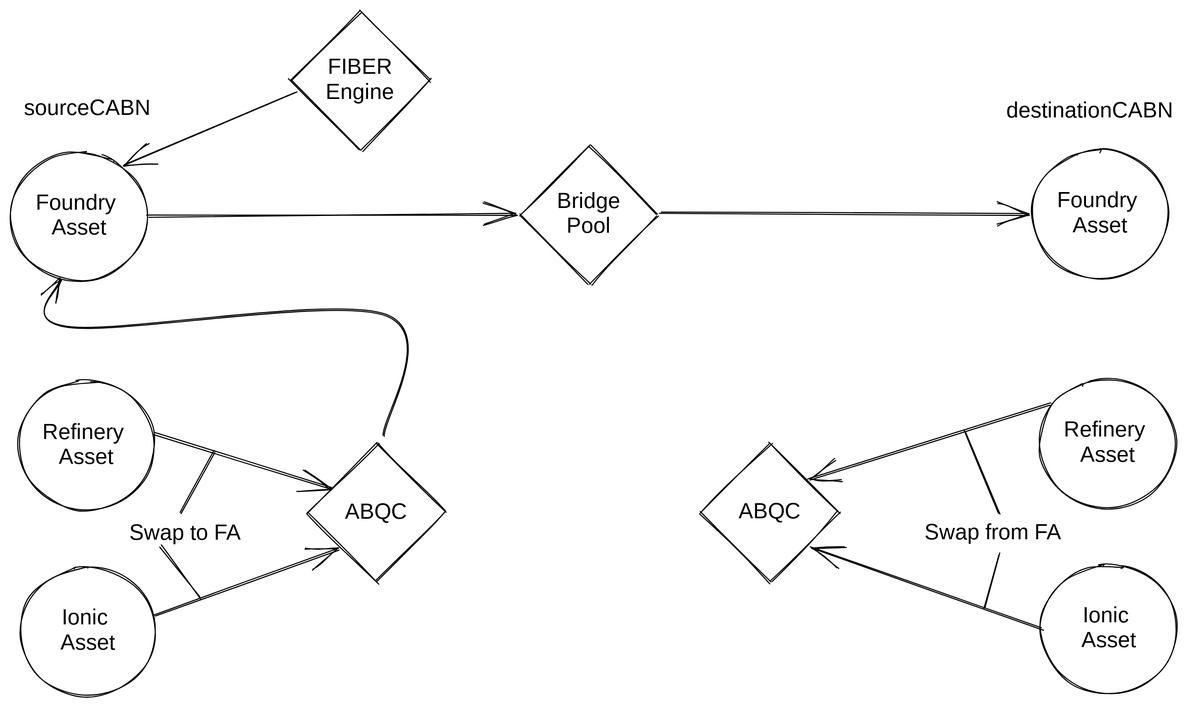
Before: .gitbook/assets/file.drawing.svg, a diagram exported from Excalidraw (ferrumnet/ferrum-network-multiSwap-and-bridge-architecture). Source tidied: one line per element, renumbered; positions are measured from the earlier drawing's top-left corner, leaving out a move shared by most shapes.
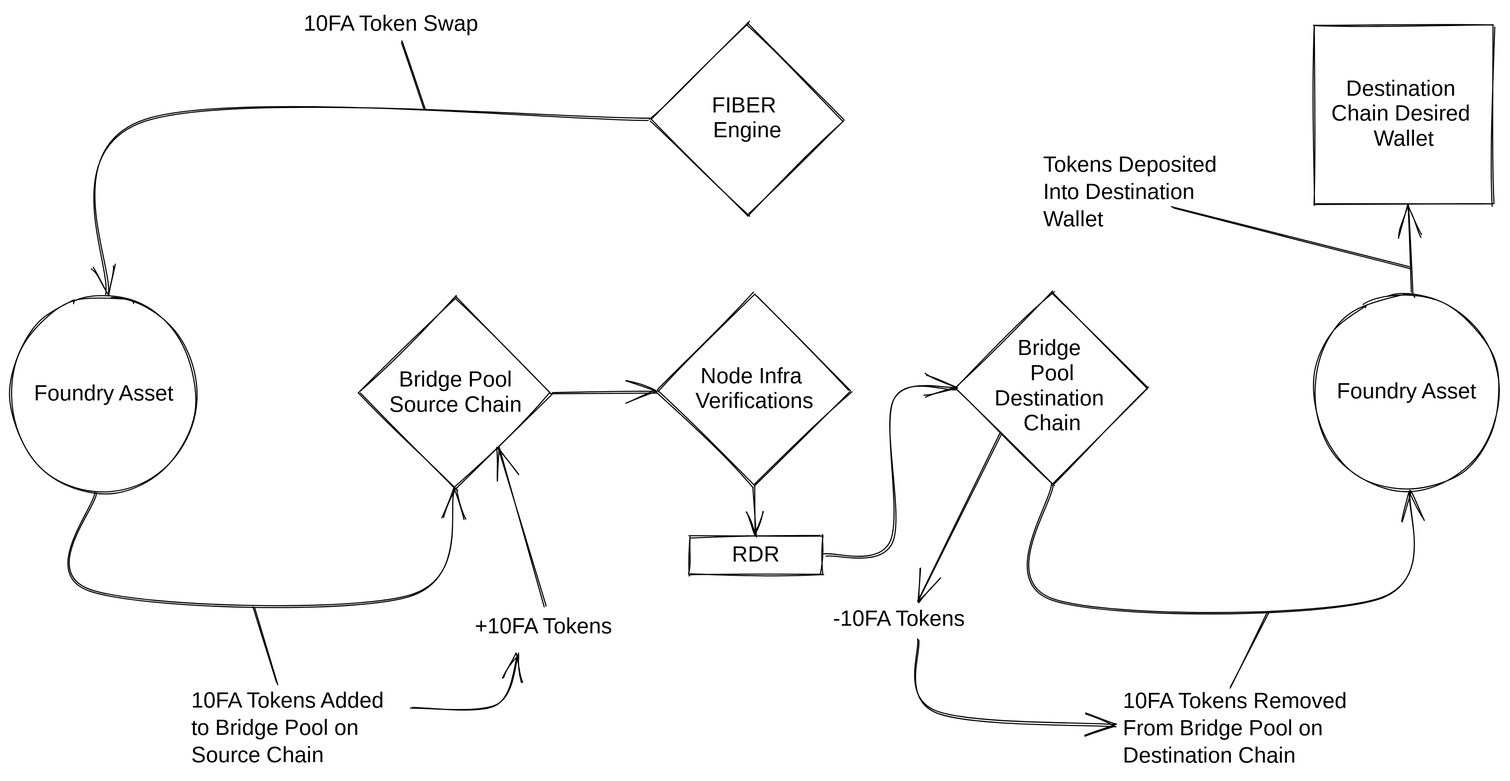
Later version of the same file.

Change to the diagram source:
```diff
@@ -1,36 +1,37 @@
-{"id": 0, "type": "diamond", "strokeColor": "#000000", "strokeWidth": 1, "roughness": 1, "x": 257, "y": 0, "width": 128, "height": 128}
-{"id": 1, "type": "diamond", "strokeColor": "#000000", "strokeWidth": 1, "roughness": 1, "x": 468, "y": 124, "width": 128, "height": 128}
-{"id": 2, "type": "diamond", "strokeColor": "#000000", "strokeWidth": 1, "roughness": 1, "x": 272, "y": 398, "width": 128, "height": 128}
-{"id": 3, "type": "diamond", "strokeColor": "#000000", "strokeWidth": 1, "roughness": 1, "x": 634, "y": 398, "width": 128, "height": 128}
+{"id": 36, "type": "diamond", "strokeColor": "#000000", "strokeWidth": 1, "roughness": 1, "x": -11, "y": 228, "width": 177, "height": 177}
+{"id": 37, "type": "diamond", "strokeColor": "#000000", "strokeWidth": 1, "roughness": 1, "x": 538, "y": 222, "width": 177, "height": 177}
+{"id": 38, "type": "diamond", "strokeColor": "#000000", "strokeWidth": 1, "roughness": 1, "x": 264, "y": 225, "width": 177, "height": 177}
+{"id": 39, "type": "diamond", "strokeColor": "#000000", "strokeWidth": 1, "roughness": 1, "x": 257, "y": -24, "width": 177, "height": 177}
+{"id": 40, "type": "text", "text": "Bridge Pool\nSource Chain", "strokeColor": "#000000", "strokeWidth": 1, "roughness": 1, "fontSize": 20, "fontFamily": 1, "textAlign": "center", "verticalAlign": "middle", "inside": 36, "x": -6, "y": 293, "width": 167, "height": 46}
+{"id": 41, "type": "text", "text": "Bridge \nPool\nDestination \nChain", "strokeColor": "#000000", "strokeWidth": 1, "roughness": 1, "fontSize": 20, "fontFamily": 1, "textAlign": "center", "verticalAlign": "middle", "inside": 37, "x": 543, "y": 264, "width": 167, "height": 92}
+{"id": 42, "type": "text", "text": "Node Infra \nVerifications", "strokeColor": "#000000", "strokeWidth": 1, "roughness": 1, "fontSize": 20, "fontFamily": 1, "textAlign": "center", "verticalAlign": "middle", "inside": 38, "x": 269, "y": 290, "width": 167, "height": 46}
-{"id": 4, "type": "text", "text": "FIBER\nEngine", "strokeColor": "#000000", "strokeWidth": 1, "roughness": 1, "fontSize": 20, "fontFamily": 1, "textAlign": "center", "verticalAlign": "middle", "inside": 0, "x": 262, "y": 41, "width": 118, "height": 46}
+{"id": 4, "type": "text", "text": "FIBER \nEngine", "strokeColor": "#000000", "strokeWidth": 1, "roughness": 1, "fontSize": 20, "fontFamily": 1, "textAlign": "center", "verticalAlign": "middle", "inside": 39, "x": 262, "y": 41, "width": 167, "height": 46}
-{"id": 5, "type": "text", "text": "Bridge\nPool", "strokeColor": "#000000", "strokeWidth": 1, "roughness": 1, "fontSize": 20, "fontFamily": 1, "textAlign": "center", "verticalAlign": "middle", "inside": 1, "x": 473, "y": 164, "width": 118, "height": 46}
-{"id": 6, "type": "text", "text": "ABQC", "strokeColor": "#000000", "strokeWidth": 1, "roughness": 1, "fontSize": 20, "fontFamily": 1, "textAlign": "center", "verticalAlign": "middle", "inside": 2, "x": 277, "y": 451, "width": 118, "height": 23}
-{"id": 7, "type": "text", "text": "ABQC", "strokeColor": "#000000", "strokeWidth": 1, "roughness": 1, "fontSize": 20, "fontFamily": 1, "textAlign": "center", "verticalAlign": "middle", "inside": 3, "x": 639, "y": 450, "width": 118, "height": 23}
-{"id": 8, "type": "ellipse", "strokeColor": "#000000", "strokeWidth": 1, "roughness": 1, "x": 0, "y": 130, "width": 125, "height": 119}
-{"id": 9, "type": "ellipse", "strokeColor": "#000000", "strokeWidth": 1, "roughness": 1, "x": 940, "y": 128, "width": 125, "height": 119}
-{"id": 10, "type": "ellipse", "strokeColor": "#000000", "strokeWidth": 1, "roughness": 1, "x": 7, "y": 341, "width": 125, "height": 119}
-{"id": 11, "type": "ellipse", "strokeColor": "#000000", "strokeWidth": 1, "roughness": 1, "x": 947, "y": 339, "width": 125, "height": 119}
-{"id": 12, "type": "ellipse", "strokeColor": "#000000", "strokeWidth": 1, "roughness": 1, "x": 8, "y": 512, "width": 125, "height": 119}
-{"id": 13, "type": "ellipse", "strokeColor": "#000000", "strokeWidth": 1, "roughness": 1, "x": 948, "y": 510, "width": 125, "height": 119}
-{"id": 14, "type": "text", "text": "Foundry \nAsset", "strokeColor": "#000000", "strokeWidth": 1, "roughness": 1, "fontSize": 20, "fontFamily": 1, "textAlign": "center", "verticalAlign": "middle", "inside": 8, "x": 5, "y": 166, "width": 115, "height": 46}
-{"id": 15, "type": "text", "text": "Foundry \nAsset", "strokeColor": "#000000", "strokeWidth": 1, "roughness": 1, "fontSize": 20, "fontFamily": 1, "textAlign": "center", "verticalAlign": "middle", "inside": 9, "x": 945, "y": 164, "width": 115, "height": 46}
-{"id": 16, "type": "text", "text": "Refinery \nAsset", "strokeColor": "#000000", "strokeWidth": 1, "roughness": 1, "fontSize": 20, "fontFamily": 1, "textAlign": "center", "verticalAlign": "middle", "inside": 10, "x": 12, "y": 377, "width": 115, "height": 46}
-{"id": 17, "type": "text", "text": "Refinery \nAsset", "strokeColor": "#000000", "strokeWidth": 1, "roughness": 1, "fontSize": 20, "fontFamily": 1, "textAlign": "center", "verticalAlign": "middle", "inside": 11, "x": 952, "y": 375, "width": 115, "height": 46}
-{"id": 18, "type": "text", "text": "Ionic \nAsset", "strokeColor": "#000000", "strokeWidth": 1, "roughness": 1, "fontSize": 20, "fontFamily": 1, "textAlign": "center", "verticalAlign": "middle", "inside": 12, "x": 13, "y": 548, "width": 115, "height": 46}
-{"id": 19, "type": "text", "text": "Ionic \nAsset", "strokeColor": "#000000", "strokeWidth": 1, "roughness": 1, "fontSize": 20, "fontFamily": 1, "textAlign": "center", "verticalAlign": "middle", "inside": 13, "x": 953, "y": 546, "width": 115, "height": 46}
-{"id": 20, "type": "text", "text": "sourceCABN", "strokeColor": "#000000", "strokeWidth": 1, "roughness": 1, "fontSize": 20, "fontFamily": 1, "x": 12, "y": 78, "width": 117, "height": 25}
-{"id": 21, "type": "arrow", "strokeColor": "#000000", "strokeWidth": 1, "roughness": 1, "endArrowhead": "arrow", "from": 12, "to": 2, "x": 132, "y": 557, "width": 170, "height": 62, "points": [[0, 0], [170, -62]]}
-{"id": 22, "type": "text", "text": "Swap to FA", "strokeColor": "#000000", "strokeWidth": 1, "roughness": 1, "fontSize": 20, "fontFamily": 1, "x": 109, "y": 469, "width": 116, "height": 25}
-{"id": 23, "type": "arrow", "strokeColor": "#000000", "strokeWidth": 1, "roughness": 1, "endArrowhead": "arrow", "from": 10, "x": 131, "y": 389, "width": 165, "height": 50, "points": [[0, 0], [165, 50]]}
-{"id": 24, "type": "line", "strokeColor": "#000000", "strokeWidth": 1, "roughness": 1, "x": 156, "y": 463, "width": 32, "height": 57, "points": [[0, 0], [32, -57]]}
-{"id": 25, "type": "line", "strokeColor": "#000000", "strokeWidth": 1, "roughness": 1, "x": 139, "y": 493, "width": 35, "height": 48, "points": [[0, 0], [35, 48]]}
-{"id": 26, "type": "arrow", "strokeColor": "#000000", "strokeWidth": 1, "roughness": 1, "endArrowhead": "arrow", "from": 2, "to": 8, "x": 343, "y": 392, "width": 298, "height": 144, "points": [[0, 0], [1, -113], [-288, -100], [-297, -144]]}
-{"id": 27, "type": "arrow", "strokeColor": "#000000", "strokeWidth": 1, "roughness": 1, "endArrowhead": "arrow", "from": 8, "to": 1, "x": 125, "y": 189, "width": 340, "height": 1, "points": [[0, 0], [340, -1]]}
-{"id": 28, "type": "text", "text": "destinationCABN", "strokeColor": "#000000", "strokeWidth": 1, "roughness": 1, "fontSize": 20, "fontFamily": 1, "x": 916, "y": 80, "width": 162, "height": 25}
-{"id": 29, "type": "arrow", "strokeColor": "#000000", "strokeWidth": 1, "roughness": 1, "endArrowhead": "arrow", "from": 1, "to": 9, "x": 597, "y": 187, "width": 339, "height": 1, "points": [[0, 0], [339, 1]]}
-{"id": 30, "type": "arrow", "strokeColor": "#000000", "strokeWidth": 1, "roughness": 1, "endArrowhead": "arrow", "from": 11, "to": 3, "x": 956, "y": 361, "width": 222, "height": 71, "points": [[0, 0], [-222, 71]]}
-{"id": 31, "type": "arrow", "strokeColor": "#000000", "strokeWidth": 1, "roughness": 1, "endArrowhead": "arrow", "to": 3, "x": 949, "y": 569, "width": 212, "height": 75, "points": [[0, 0], [-212, -75]]}
-{"id": 32, "type": "text", "text": "Swap from FA", "strokeColor": "#000000", "strokeWidth": 1, "roughness": 1, "fontSize": 20, "fontFamily": 1, "x": 841, "y": 469, "width": 135, "height": 25}
-{"id": 33, "type": "line", "strokeColor": "#000000", "strokeWidth": 1, "roughness": 1, "x": 910, "y": 463, "width": 31, "height": 76, "points": [[0, 0], [-31, -76]]}
-{"id": 34, "type": "line", "strokeColor": "#000000", "strokeWidth": 1, "roughness": 1, "x": 909, "y": 500, "width": 12, "height": 50, "points": [[0, 0], [-12, 50]]}
-{"id": 35, "type": "arrow", "strokeColor": "#000000", "strokeWidth": 1, "roughness": 1, "endArrowhead": "arrow", "from": 0, "to": 8, "x": 262, "y": 74, "width": 158, "height": 69, "points": [[0, 0], [-158, 69]]}
+{"id": 43, "type": "ellipse", "strokeColor": "#000000", "strokeWidth": 1, "roughness": 1, "x": -332, "y": 227, "width": 170, "height": 181}
+{"id": 44, "type": "ellipse", "strokeColor": "#000000", "strokeWidth": 1, "roughness": 1, "x": 867, "y": 225, "width": 170, "height": 181}
+{"id": 45, "type": "text", "text": "Foundry Asset", "strokeColor": "#000000", "strokeWidth": 1, "roughness": 1, "fontSize": 20, "fontFamily": 1, "textAlign": "center", "verticalAlign": "middle", "inside": 43, "x": -327, "y": 306, "width": 160, "height": 23}
+{"id": 46, "type": "text", "text": "Foundry Asset", "strokeColor": "#000000", "strokeWidth": 1, "roughness": 1, "fontSize": 20, "fontFamily": 1, "textAlign": "center", "verticalAlign": "middle", "inside": 44, "x": 872, "y": 304, "width": 160, "height": 23}
+{"id": 47, "type": "arrow", "strokeColor": "#000000", "strokeWidth": 1, "roughness": 1, "endArrowhead": "arrow", "from": 39, "to": 43, "x": 256, "y": 64, "width": 500, "height": 162, "points": [[0, 0], [-465, 1], [-500, 162]]}
+{"id": 48, "type": "arrow", "strokeColor": "#000000", "strokeWidth": 1, "roughness": 1, "endArrowhead": "arrow", "to": 36, "x": -253, "y": 407, "width": 335, "height": 98, "points": [[0, 0], [-5, 91], [286, 95], [330, -3]]}
+{"id": 49, "type": "text", "text": "10FA Token Swap", "strokeColor": "#000000", "strokeWidth": 1, "roughness": 1, "fontSize": 20, "fontFamily": 1, "x": -62, "y": -36, "width": 170, "height": 25}
+{"id": 50, "type": "line", "strokeColor": "#000000", "strokeWidth": 1, "roughness": 1, "x": 49, "y": 55, "width": 23, "height": 63, "points": [[0, 0], [-23, -63]]}
+{"id": 51, "type": "text", "text": "10FA Tokens Added\nto Bridge Pool on\nSource Chain", "strokeColor": "#000000", "strokeWidth": 1, "roughness": 1, "fontSize": 20, "fontFamily": 1, "x": -166, "y": 587, "width": 190, "height": 75}
+{"id": 52, "type": "text", "text": "10FA Tokens Removed\nFrom Bridge Pool on\nDestination Chain", "strokeColor": "#000000", "strokeWidth": 1, "roughness": 1, "fontSize": 20, "fontFamily": 1, "x": 691, "y": 588, "width": 213, "height": 75}
+{"id": 53, "type": "arrow", "strokeColor": "#000000", "strokeWidth": 1, "roughness": 1, "endArrowhead": "arrow", "to": 38, "x": 165, "y": 317, "width": 98, "height": 1, "points": [[0, 0], [98, -1]]}
+{"id": 54, "type": "text", "text": "+10FA Tokens", "strokeColor": "#000000", "strokeWidth": 1, "roughness": 1, "fontSize": 20, "fontFamily": 1, "x": 95, "y": 519, "width": 135, "height": 25}
+{"id": 55, "type": "text", "text": "-10FA Tokens", "strokeColor": "#000000", "strokeWidth": 1, "roughness": 1, "fontSize": 20, "fontFamily": 1, "x": 425, "y": 512, "width": 131, "height": 25}
+{"id": 56, "type": "arrow", "strokeColor": "#000000", "strokeWidth": 1, "roughness": 1, "endArrowhead": "arrow", "from": 51, "to": 54, "x": 36, "y": 605, "width": 100, "height": 50, "points": [[0, 0], [79, -2], [100, -50]]}
+{"id": 57, "type": "line", "strokeColor": "#000000", "strokeWidth": 1, "roughness": 1, "x": -108, "y": 513, "width": 22, "height": 71, "points": [[0, 0], [22, 71]]}
+{"id": 58, "type": "arrow", "strokeColor": "#000000", "strokeWidth": 1, "roughness": 1, "endArrowhead": "arrow", "from": 54, "to": 36, "x": 160, "y": 512, "width": 43, "height": 147, "points": [[0, 0], [-43, -147]]}
+{"id": 59, "type": "arrow", "strokeColor": "#000000", "strokeWidth": 1, "roughness": 1, "endArrowhead": "arrow", "from": 37, "to": 44, "x": 628, "y": 400, "width": 328, "height": 106, "points": [[0, 0], [0, 106], [299, 106], [328, 6]]}
+{"id": 60, "type": "line", "strokeColor": "#000000", "strokeWidth": 1, "roughness": 1, "x": 825, "y": 518, "width": 36, "height": 68, "points": [[0, 0], [-36, 68]]}
+{"id": 61, "type": "arrow", "strokeColor": "#000000", "strokeWidth": 1, "roughness": 1, "endArrowhead": "arrow", "from": 37, "to": 55, "x": 580, "y": 354, "width": 75, "height": 152, "points": [[0, 0], [-75, 152]]}
+{"id": 62, "type": "arrow", "strokeColor": "#000000", "strokeWidth": 1, "roughness": 1, "endArrowhead": "arrow", "from": 55, "to": 52, "x": 503, "y": 543, "width": 182, "height": 79, "points": [[0, 0], [15, 67], [182, 79]]}
+{"id": 63, "type": "rectangle", "strokeColor": "#000000", "strokeWidth": 1, "roughness": 1, "x": 868, "y": -22, "width": 164, "height": 164}
+{"id": 64, "type": "text", "text": "Destination \nChain Desired \nWallet", "strokeColor": "#000000", "strokeWidth": 1, "roughness": 1, "fontSize": 20, "fontFamily": 1, "textAlign": "center", "verticalAlign": "middle", "inside": 63, "x": 873, "y": 25, "width": 154, "height": 69}
+{"id": 65, "type": "arrow", "strokeColor": "#000000", "strokeWidth": 1, "roughness": 1, "endArrowhead": "arrow", "from": 44, "to": 63, "x": 959, "y": 224, "width": 5, "height": 81, "points": [[0, 0], [-5, -81]]}
+{"id": 66, "type": "text", "text": "Tokens Deposited\nInto Destination\nWallet", "strokeColor": "#000000", "strokeWidth": 1, "roughness": 1, "fontSize": 20, "fontFamily": 1, "x": 618, "y": 94, "width": 174, "height": 75}
+{"id": 67, "type": "line", "strokeColor": "#000000", "strokeWidth": 1, "roughness": 1, "x": 956, "y": 201, "width": 219, "height": 56, "points": [[0, 0], [-219, -56]]}
+{"id": 68, "type": "rectangle", "strokeColor": "#000000", "strokeWidth": 1, "roughness": 1, "x": 293, "y": 448, "width": 122, "height": 36}
+{"id": 69, "type": "text", "text": "RDR", "strokeColor": "#000000", "strokeWidth": 1, "roughness": 1, "fontSize": 20, "fontFamily": 1, "textAlign": "center", "verticalAlign": "middle", "inside": 68, "x": 298, "y": 454, "width": 112, "height": 23}
+{"id": 70, "type": "arrow", "strokeColor": "#000000", "strokeWidth": 1, "roughness": 1, "endArrowhead": "arrow", "from": 38, "to": 68, "x": 352, "y": 403, "width": 2, "height": 45, "points": [[0, 0], [2, 45]]}
+{"id": 71, "type": "arrow", "strokeColor": "#000000", "strokeWidth": 1, "roughness": 1, "endArrowhead": "arrow", "from": 68, "to": 37, "x": 417, "y": 465, "width": 121, "height": 153, "points": [[0, 0], [61, -12], [63, -142], [121, -153]]}
```
